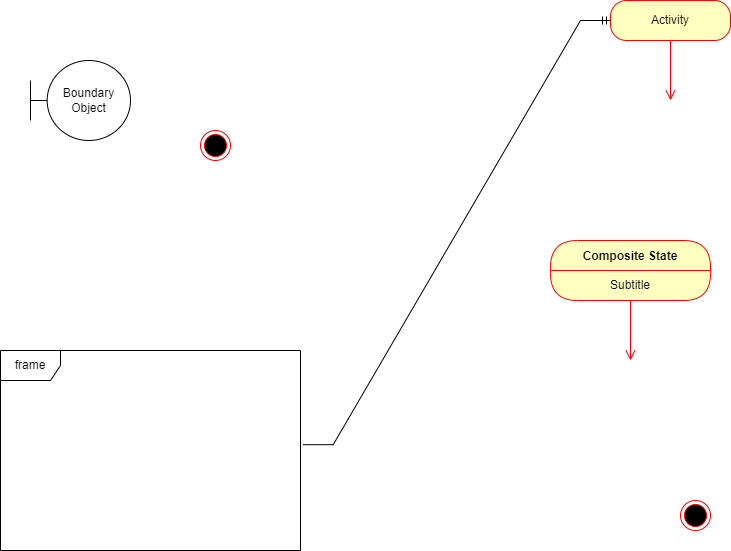
Above: draw.io/未命名绘图.drawio.png in Sh-Fang/my-images (draw.io), before the change. Source tidied: cells renumbered, new cells last; positions are measured from the earlier drawing's top-left corner, leaving out a move shared by most shapes.
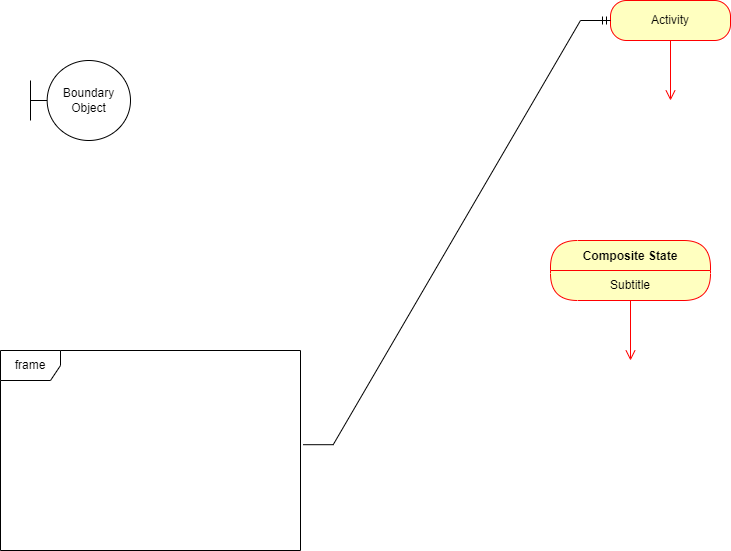
After the commit.

What changed in the source:
```diff
@@ -2,9 +2,6 @@
   <root>
     <mxCell id="0" />
     <mxCell id="1" parent="0" />
-    <mxCell id="2" style="ellipse;html=1;shape=endState;fillColor=#000000;strokeColor=#ff0000;" parent="1" vertex="1">
-      <mxGeometry x="200" y="130" width="30" height="30" as="geometry" />
-    </mxCell>
     <mxCell id="3" value="Boundary Object" style="shape=umlBoundary;whiteSpace=wrap;html=1;" parent="1" vertex="1">
       <mxGeometry x="30" y="60" width="100" height="80" as="geometry" />
     </mxCell>
@@ -19,9 +16,6 @@
     <mxCell id="6" value="frame" style="shape=umlFrame;whiteSpace=wrap;html=1;" parent="1" vertex="1">
       <mxGeometry y="350" width="300" height="200" as="geometry" />
     </mxCell>
-    <mxCell id="7" style="ellipse;html=1;shape=endState;fillColor=#000000;strokeColor=#ff0000;" parent="1" vertex="1">
-      <mxGeometry x="680" y="500" width="30" height="30" as="geometry" />
-    </mxCell>
     <mxCell id="8" value="Composite State" style="swimlane;fontStyle=1;align=center;verticalAlign=middle;horizontal=1;startSize=30;fontColor=#000000;rounded=1;arcSize=30;strokeColor=#ff0000;fillColor=#ffffc0;swimlaneFillColor=#ffffc0;" parent="1" vertex="1">
       <mxGeometry x="550" y="240" width="160" height="60" as="geometry" />
     </mxCell>
```
